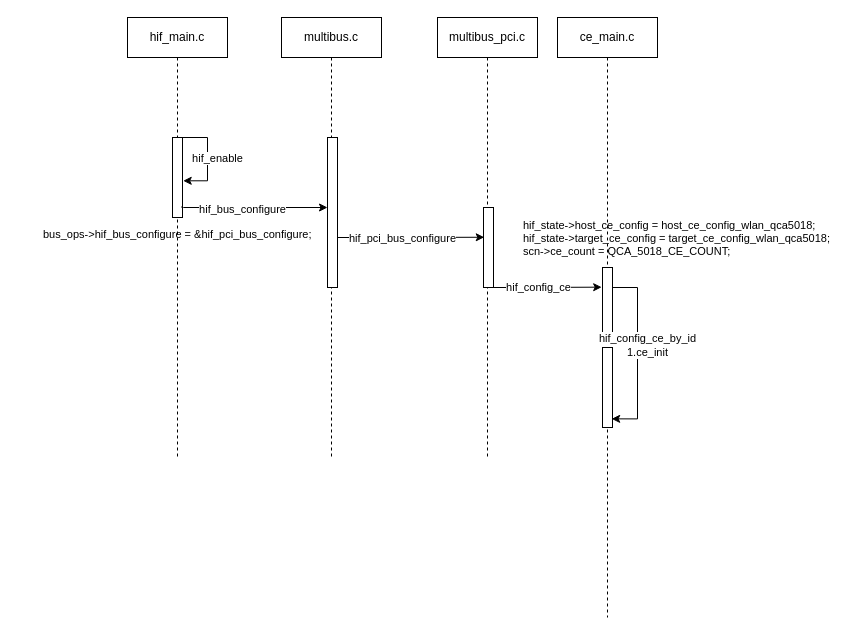
Before: 流程调用/AP/test.drawio in longmaoaiali/WIFI, a draw.io diagram. Source tidied: cells renumbered, new cells numbered last; positions are measured from the earlier drawing's top-left corner, leaving out a move shared by most shapes. Both pictures are drawn from the tidied source at 100%, with x=0, y=0 at pixel (17, 17).
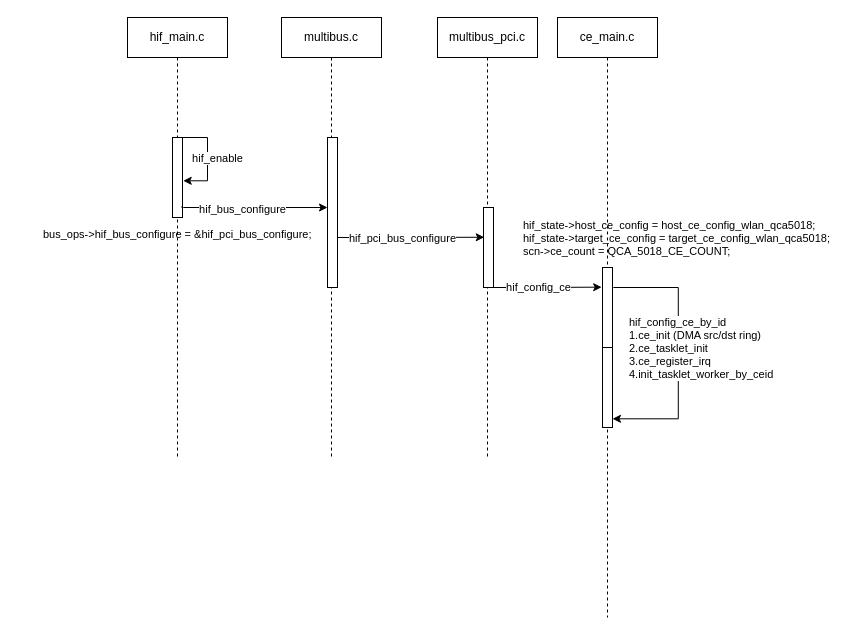
The same page after the edit.

Unchanged cells that the change refers to:
```xml
<mxCell id="15" value="ce_main.c" style="shape=umlLifeline;perimeter=lifelinePerimeter;whiteSpace=wrap;html=1;" parent="1" vertex="1">
  <mxGeometry x="540" width="100" height="600" as="geometry" />
</mxCell>
<mxCell id="19" style="html=1;points=[];perimeter=orthogonalPerimeter;fontFamily=Helvetica;fontSize=11;fontColor=default;" parent="15" vertex="1">
  <mxGeometry x="45" y="330" width="10" height="80" as="geometry" />
</mxCell>
```

Diff of the diagram source:
```diff
@@
-    <mxCell id="17" style="edgeStyle=orthogonalEdgeStyle;rounded=0;jettySize=auto;html=1;exitX=0.934;exitY=0.084;exitDx=0;exitDy=0;exitPerimeter=0;entryX=0.917;entryY=0.892;entryDx=0;entryDy=0;entryPerimeter=0;" parent="15" edge="1" target="19">
-      <mxGeometry relative="1" as="geometry">
-        <mxPoint x="55" y="270" as="sourcePoint" />
-        <Array as="points">
-          <mxPoint x="80" y="270" />
-          <mxPoint x="80" y="401" />
-        </Array>
-      </mxGeometry>
-    </mxCell>
-    <mxCell id="18" value="&lt;div&gt;hif_config_ce_by_id&lt;/div&gt;&lt;div&gt;1.ce_init&lt;/div&gt;" style="edgeLabel;html=1;align=center;verticalAlign=middle;fontSize=11;fontFamily=Helvetica;fontColor=default;" parent="17" vertex="1">
-      <mxGeometry x="-0.18" y="-3" relative="1" as="geometry">
-        <mxPoint x="12" y="7" as="offset" />
-      </mxGeometry>
-    </mxCell>
@@
+    <mxCell id="23" style="edgeStyle=orthogonalEdgeStyle;rounded=0;orthogonalLoop=1;jettySize=auto;html=1;exitX=0.934;exitY=0.084;exitDx=0;exitDy=0;exitPerimeter=0;entryX=0.917;entryY=0.892;entryDx=0;entryDy=0;entryPerimeter=0;" parent="1" edge="1">
+      <mxGeometry relative="1" as="geometry">
+        <mxPoint x="595.8" y="270" as="sourcePoint" />
+        <mxPoint x="595" y="401.3" as="targetPoint" />
+        <Array as="points">
+          <mxPoint x="660.8" y="270" />
+          <mxPoint x="660.8" y="401" />
+        </Array>
+      </mxGeometry>
+    </mxCell>
+    <mxCell id="24" value="&lt;div&gt;hif_config_ce_by_id&lt;/div&gt;&lt;div&gt;1.ce_init (DMA src/dst ring)&lt;br&gt;&lt;/div&gt;&lt;div&gt;2.ce_tasklet_init&lt;/div&gt;&lt;div&gt;3.ce_register_irq&lt;/div&gt;&lt;div&gt;4.init_tasklet_worker_by_ceid&lt;br&gt;&lt;/div&gt;" style="edgeLabel;html=1;align=left;verticalAlign=middle;fontSize=11;fontFamily=Helvetica;fontColor=default;labelPosition=right;verticalLabelPosition=middle;" parent="23" vertex="1">
+      <mxGeometry x="-0.18" y="-3" relative="1" as="geometry">
+        <mxPoint x="-48" y="18" as="offset" />
+      </mxGeometry>
+    </mxCell>
```
